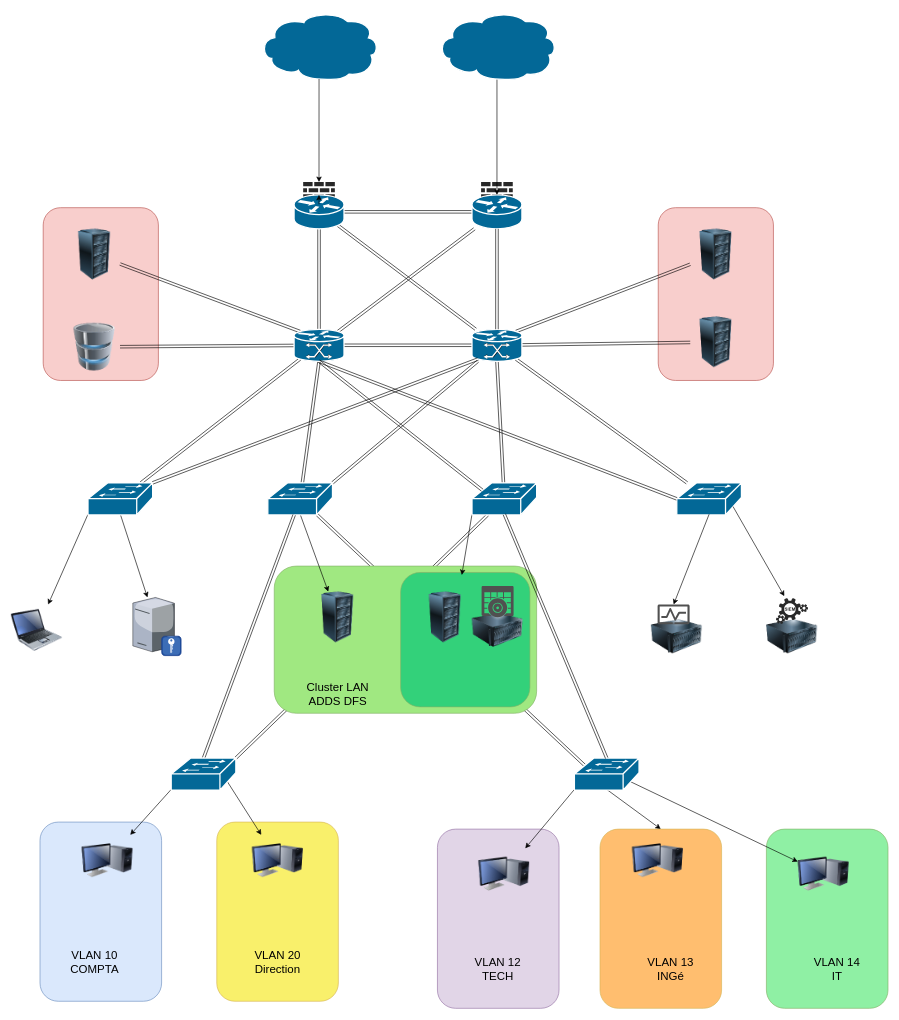
Above: Diagramme sans nom.drawio in Saithiyan/dwio-schema (draw.io), before the change. Source tidied: cells renumbered, new cells numbered last; positions are measured from the earlier drawing's top-left corner, leaving out a move shared by most shapes. Both pictures are drawn from the tidied source at 64%, with x=0, y=0 at pixel (11, 12).
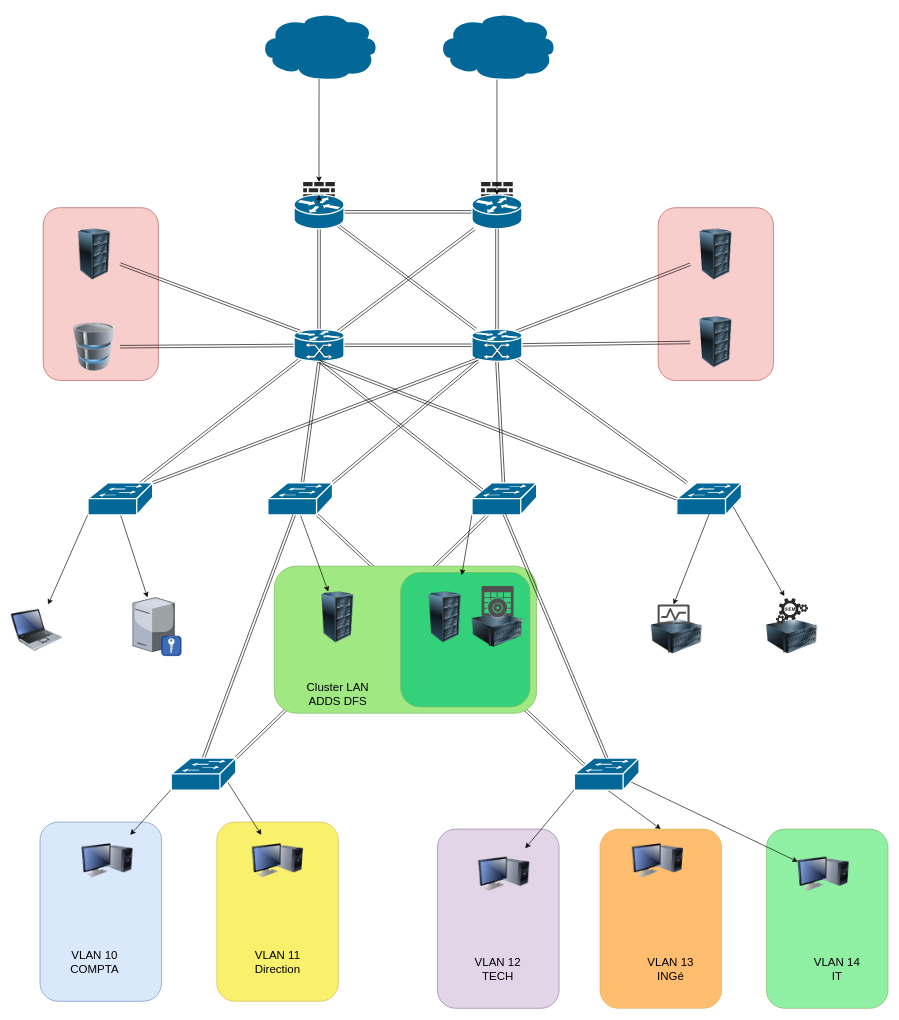
Above is the later version.

What changed in the source:
```diff
@@
-    <mxCell id="83" value="&lt;div&gt;&lt;font style=&quot;font-size: 18px;&quot;&gt;VLAN 20&lt;/font&gt;&lt;/div&gt;&lt;div&gt;&lt;font style=&quot;font-size: 18px;&quot;&gt;Direction&lt;/font&gt;&lt;/div&gt;" style="text;html=1;align=center;verticalAlign=middle;strokeColor=none;fillColor=none;" parent="1" vertex="1">
+    <mxCell id="83" value="&lt;div&gt;&lt;font style=&quot;font-size: 18px;&quot;&gt;VLAN 11&lt;/font&gt;&lt;/div&gt;&lt;div&gt;&lt;font style=&quot;font-size: 18px;&quot;&gt;Direction&lt;/font&gt;&lt;/div&gt;" style="text;html=1;align=center;verticalAlign=middle;strokeColor=none;fillColor=none;" parent="1" vertex="1">
       <mxGeometry x="366.2" y="1456" width="100" height="60" as="geometry" />
     </mxCell>
```
